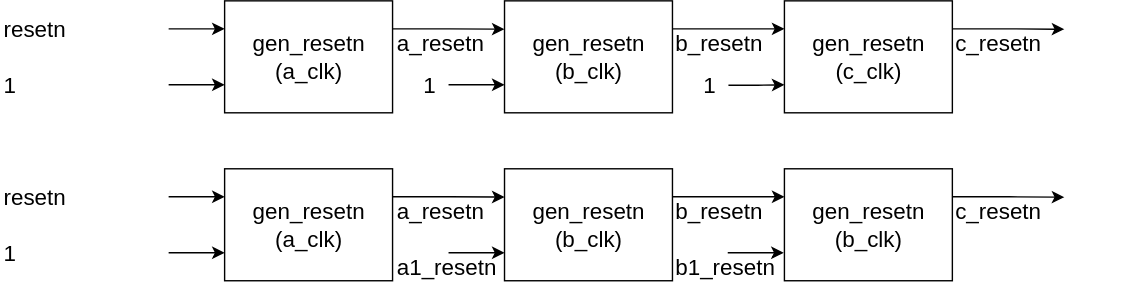
Above: de/platform_clk_resetn_gen/sync_resetn/include/resetn_tree.svg in jnjnliwenjie0022/obs (draw.io), before the change. Source tidied: cells renumbered, new cells last; positions are measured from the earlier drawing's top-left corner, leaving out a move shared by most shapes.
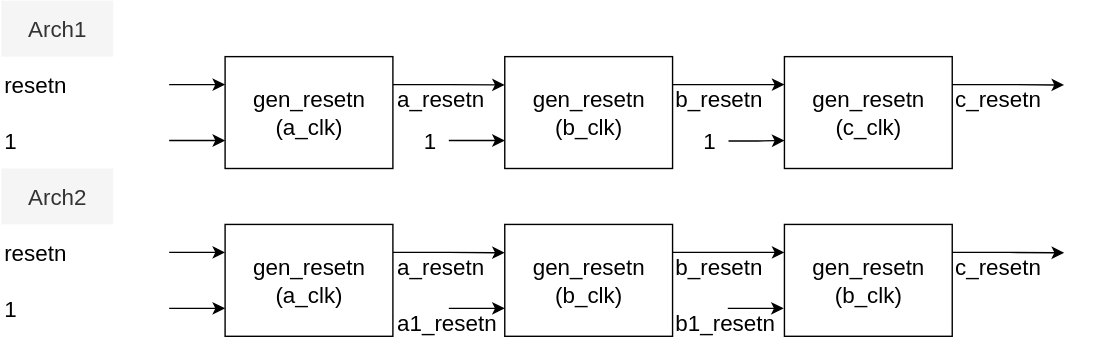
The same diagram one commit later.

The edit, as a diff of the source:
```diff
@@ -136,5 +136,11 @@
     <mxCell id="35" value="c_resetn" style="rounded=0;whiteSpace=wrap;html=1;fontSize=16;fillColor=none;strokeColor=none;align=left;" parent="1" vertex="1">
       <mxGeometry x="680" y="140" width="120" height="20" as="geometry" />
     </mxCell>
+    <mxCell id="36" value="Arch1" style="rounded=0;whiteSpace=wrap;html=1;fontSize=16;fillColor=#f5f5f5;strokeColor=none;fontColor=#333333;" parent="1" vertex="1">
+      <mxGeometry y="-40" width="80" height="40" as="geometry" />
+    </mxCell>
+    <mxCell id="37" value="Arch2" style="rounded=0;whiteSpace=wrap;html=1;fontSize=16;fillColor=#f5f5f5;strokeColor=none;fontColor=#333333;" parent="1" vertex="1">
+      <mxGeometry y="80" width="80" height="40" as="geometry" />
+    </mxCell>
   </root>
 </mxGraphModel>
```
